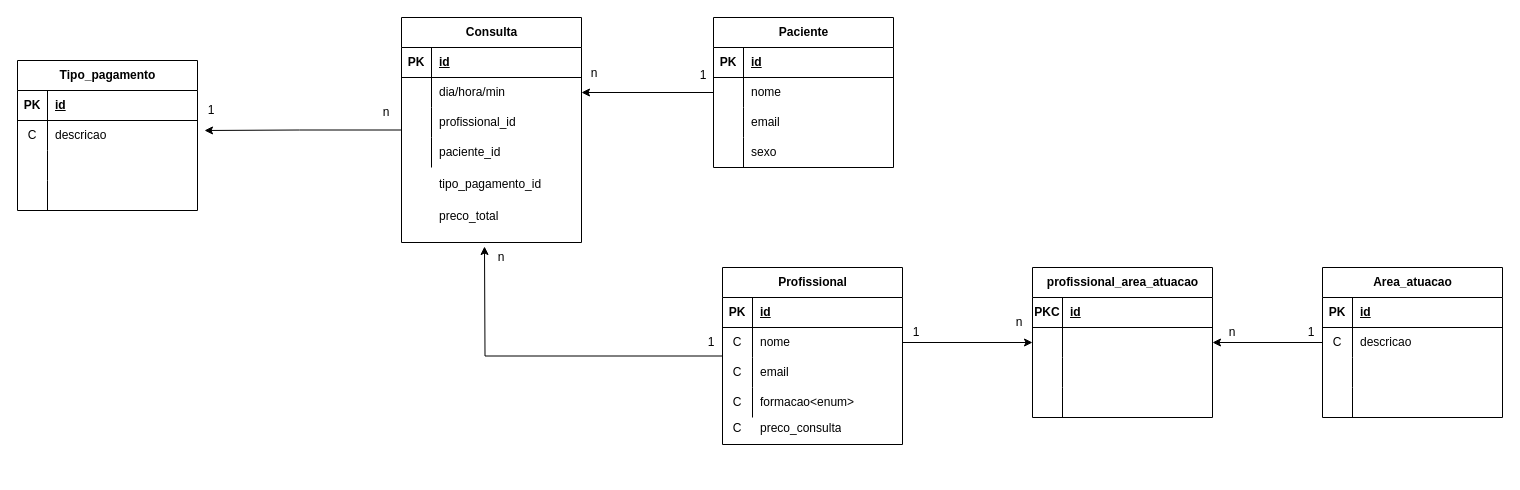
Earlier version of the draw.io diagram diagrams/DER.drawio (gabriel-andreoli/clinica_spring). Source tidied: cells renumbered, new cells numbered last; positions are measured from the earlier drawing's top-left corner, leaving out a move shared by most shapes. Both pictures are drawn from the tidied source at 100%, with x=0, y=0 at pixel (17, 17).
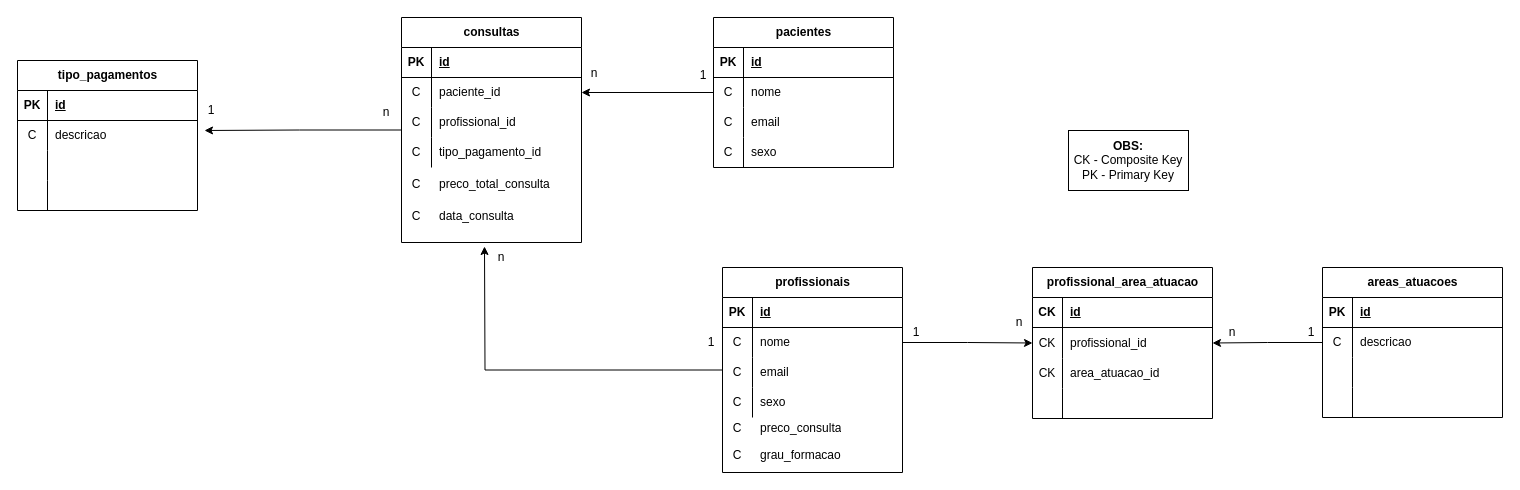
Above is the later version.

Commit message (it also covers changes not shown here):
Att DER

Unchanged cells that the change refers to:
```xml
<mxCell id="7" style="shape=tableRow;horizontal=0;startSize=0;swimlaneHead=0;swimlaneBody=0;fillColor=none;top=0;left=0;right=0;bottom=0;" parent="3" vertex="1">
  <mxGeometry y="60" width="180" height="30" as="geometry" />
</mxCell>
<mxCell id="10" style="shape=tableRow;horizontal=0;startSize=0;swimlaneHead=0;swimlaneBody=0;fillColor=none;top=0;left=0;right=0;bottom=0;" parent="3" vertex="1">
  <mxGeometry y="90" width="180" height="30" as="geometry" />
</mxCell>
<mxCell id="13" style="shape=tableRow;horizontal=0;startSize=0;swimlaneHead=0;swimlaneBody=0;fillColor=none;top=0;left=0;right=0;bottom=0;" parent="3" vertex="1">
  <mxGeometry y="120" width="180" height="30" as="geometry" />
</mxCell>
<mxCell id="27" style="shape=tableRow;horizontal=0;startSize=0;swimlaneHead=0;swimlaneBody=0;fillColor=none;top=0;left=0;right=0;bottom=0;" parent="17" vertex="1">
  <mxGeometry y="120" width="180" height="30" as="geometry" />
</mxCell>
<mxCell id="49" style="shape=tableRow;horizontal=0;startSize=0;swimlaneHead=0;swimlaneBody=0;fillColor=none;points=[[0,0.5],[1,0.5]];portConstraint=eastwest;top=0;left=0;right=0;bottom=0;" parent="45" vertex="1">
  <mxGeometry y="60" width="180" height="30" as="geometry" />
</mxCell>
<mxCell id="52" style="shape=tableRow;horizontal=0;startSize=0;swimlaneHead=0;swimlaneBody=0;fillColor=none;top=0;left=0;right=0;bottom=0;" parent="45" vertex="1">
  <mxGeometry y="90" width="180" height="30" as="geometry" />
</mxCell>
<mxCell id="55" style="shape=tableRow;horizontal=0;startSize=0;swimlaneHead=0;swimlaneBody=0;fillColor=none;top=0;left=0;right=0;bottom=0;" parent="45" vertex="1">
  <mxGeometry y="120" width="180" height="30" as="geometry" />
</mxCell>
<mxCell id="59" style="shape=tableRow;horizontal=0;startSize=0;swimlaneHead=0;swimlaneBody=0;fillColor=none;top=0;left=0;right=0;bottom=1;" parent="58" vertex="1">
  <mxGeometry y="30" width="180" height="30" as="geometry" />
</mxCell>
```

What changed in the source:
```diff
@@
-    <mxCell id="3" value="Paciente" style="shape=table;startSize=30;childLayout=tableLayout;rowLines=0;fontStyle=1;align=center;html=1;" parent="1" vertex="1">
+    <mxCell id="3" value="pacientes" style="shape=table;startSize=30;childLayout=tableLayout;rowLines=0;fontStyle=1;align=center;html=1;" parent="1" vertex="1">
       <mxGeometry x="696" width="180" height="150" as="geometry" />
     </mxCell>
@@
-    <mxCell id="8" style="shape=partialRectangle;fillColor=none;top=0;left=0;bottom=0;right=0;overflow=hidden;whiteSpace=wrap;html=1;" parent="7" vertex="1">
+    <mxCell id="8" value="C" style="shape=partialRectangle;fillColor=none;top=0;left=0;bottom=0;right=0;overflow=hidden;whiteSpace=wrap;html=1;" parent="7" vertex="1">
       <mxGeometry width="30" height="30" as="geometry" />
     </mxCell>
@@
-    <mxCell id="11" style="shape=partialRectangle;fillColor=none;top=0;left=0;bottom=0;right=0;overflow=hidden;whiteSpace=wrap;html=1;" parent="10" vertex="1">
+    <mxCell id="11" value="C" style="shape=partialRectangle;fillColor=none;top=0;left=0;bottom=0;right=0;overflow=hidden;whiteSpace=wrap;html=1;" parent="10" vertex="1">
       <mxGeometry width="30" height="30" as="geometry" />
     </mxCell>
@@
-    <mxCell id="14" style="shape=partialRectangle;fillColor=none;top=0;left=0;bottom=0;right=0;overflow=hidden;whiteSpace=wrap;html=1;" parent="13" vertex="1">
+    <mxCell id="14" value="C" style="shape=partialRectangle;fillColor=none;top=0;left=0;bottom=0;right=0;overflow=hidden;whiteSpace=wrap;html=1;" parent="13" vertex="1">
       <mxGeometry width="30" height="30" as="geometry" />
     </mxCell>
@@
-    <mxCell id="17" value="Profissional" style="shape=table;startSize=30;childLayout=tableLayout;rowLines=0;fontStyle=1;align=center;html=1;" parent="1" vertex="1">
-      <mxGeometry x="705" y="250" width="180" height="177" as="geometry" />
+    <mxCell id="17" value="profissionais" style="shape=table;startSize=30;childLayout=tableLayout;rowLines=0;fontStyle=1;align=center;html=1;" parent="1" vertex="1">
+      <mxGeometry x="705" y="250" width="180" height="205" as="geometry" />
     </mxCell>
@@
-    <mxCell id="29" value="formacao&amp;lt;enum&amp;gt;" style="shape=partialRectangle;fillColor=none;top=0;left=0;bottom=0;right=0;align=left;spacingLeft=6;overflow=hidden;whiteSpace=wrap;html=1;" parent="27" vertex="1">
+    <mxCell id="29" value="sexo" style="shape=partialRectangle;fillColor=none;top=0;left=0;bottom=0;right=0;align=left;spacingLeft=6;overflow=hidden;whiteSpace=wrap;html=1;" parent="27" vertex="1">
       <mxGeometry x="30" width="150" height="30" as="geometry" />
     </mxCell>
@@
-    <mxCell id="31" value="Area_atuacao" style="shape=table;startSize=30;childLayout=tableLayout;rowLines=0;fontStyle=1;align=center;html=1;" parent="1" vertex="1">
+    <mxCell id="31" value="areas_atuacoes" style="shape=table;startSize=30;childLayout=tableLayout;rowLines=0;fontStyle=1;align=center;html=1;" parent="1" vertex="1">
       <mxGeometry x="1305" y="250" width="180" height="150" as="geometry" />
     </mxCell>
@@
-    <mxCell id="45" value="Consulta" style="shape=table;startSize=30;childLayout=tableLayout;rowLines=0;fontStyle=1;align=center;html=1;" parent="1" vertex="1">
+    <mxCell id="45" value="consultas" style="shape=table;startSize=30;childLayout=tableLayout;rowLines=0;fontStyle=1;align=center;html=1;" parent="1" vertex="1">
       <mxGeometry x="384" width="180" height="225" as="geometry" />
     </mxCell>
@@
-    <mxCell id="50" style="shape=partialRectangle;fillColor=none;top=0;left=0;bottom=0;right=0;overflow=hidden;whiteSpace=wrap;html=1;" parent="49" vertex="1">
+    <mxCell id="50" value="C" style="shape=partialRectangle;fillColor=none;top=0;left=0;bottom=0;right=0;overflow=hidden;whiteSpace=wrap;html=1;" parent="49" vertex="1">
       <mxGeometry width="30" height="30" as="geometry" />
     </mxCell>
-    <mxCell id="51" value="dia/hora/min" style="shape=partialRectangle;fillColor=none;top=0;left=0;bottom=0;right=0;align=left;spacingLeft=6;overflow=hidden;whiteSpace=wrap;html=1;" parent="49" vertex="1">
+    <mxCell id="51" value="paciente_id" style="shape=partialRectangle;fillColor=none;top=0;left=0;bottom=0;right=0;align=left;spacingLeft=6;overflow=hidden;whiteSpace=wrap;html=1;" parent="49" vertex="1">
       <mxGeometry x="30" width="150" height="30" as="geometry" />
     </mxCell>
@@
-    <mxCell id="53" style="shape=partialRectangle;fillColor=none;top=0;left=0;bottom=0;right=0;overflow=hidden;whiteSpace=wrap;html=1;" parent="52" vertex="1">
+    <mxCell id="53" value="C" style="shape=partialRectangle;fillColor=none;top=0;left=0;bottom=0;right=0;overflow=hidden;whiteSpace=wrap;html=1;" parent="52" vertex="1">
       <mxGeometry width="30" height="30" as="geometry" />
     </mxCell>
@@
-    <mxCell id="56" style="shape=partialRectangle;fillColor=none;top=0;left=0;bottom=0;right=0;overflow=hidden;whiteSpace=wrap;html=1;" parent="55" vertex="1">
+    <mxCell id="56" value="C" style="shape=partialRectangle;fillColor=none;top=0;left=0;bottom=0;right=0;overflow=hidden;whiteSpace=wrap;html=1;" parent="55" vertex="1">
       <mxGeometry width="30" height="30" as="geometry" />
     </mxCell>
-    <mxCell id="57" value="paciente_id" style="shape=partialRectangle;fillColor=none;top=0;left=0;bottom=0;right=0;align=left;spacingLeft=6;overflow=hidden;whiteSpace=wrap;html=1;" parent="55" vertex="1">
+    <mxCell id="57" value="tipo_pagamento_id" style="shape=partialRectangle;fillColor=none;top=0;left=0;bottom=0;right=0;align=left;spacingLeft=6;overflow=hidden;whiteSpace=wrap;html=1;" parent="55" vertex="1">
       <mxGeometry x="30" width="150" height="30" as="geometry" />
     </mxCell>
     <mxCell id="58" value="profissional_area_atuacao" style="shape=table;startSize=30;childLayout=tableLayout;rowLines=0;fontStyle=1;align=center;html=1;" parent="1" vertex="1">
-      <mxGeometry x="1015" y="250" width="180" height="150" as="geometry" />
+      <mxGeometry x="1015" y="250" width="180" height="151" as="geometry" />
     </mxCell>
@@
-    <mxCell id="60" value="PKC" style="shape=partialRectangle;fillColor=none;top=0;left=0;bottom=0;right=0;fontStyle=1;overflow=hidden;whiteSpace=wrap;html=1;" parent="59" vertex="1">
+    <mxCell id="60" value="CK" style="shape=partialRectangle;fillColor=none;top=0;left=0;bottom=0;right=0;fontStyle=1;overflow=hidden;whiteSpace=wrap;html=1;" parent="59" vertex="1">
       <mxGeometry width="30" height="30" as="geometry" />
     </mxCell>
@@
     <mxCell id="62" style="shape=tableRow;horizontal=0;startSize=0;swimlaneHead=0;swimlaneBody=0;fillColor=none;points=[[0,0.5],[1,0.5]];portConstraint=eastwest;top=0;left=0;right=0;bottom=0;" parent="58" vertex="1">
-      <mxGeometry y="60" width="180" height="30" as="geometry" />
+      <mxGeometry y="60" width="180" height="31" as="geometry" />
     </mxCell>
-    <mxCell id="63" style="shape=partialRectangle;fillColor=none;top=0;left=0;bottom=0;right=0;overflow=hidden;whiteSpace=wrap;html=1;" parent="62" vertex="1">
-      <mxGeometry width="30" height="30" as="geometry" />
+    <mxCell id="63" value="CK" style="shape=partialRectangle;fillColor=none;top=0;left=0;bottom=0;right=0;overflow=hidden;whiteSpace=wrap;html=1;" parent="62" vertex="1">
+      <mxGeometry width="30" height="31" as="geometry" />
     </mxCell>
-    <mxCell id="64" style="shape=partialRectangle;fillColor=none;top=0;left=0;bottom=0;right=0;align=left;spacingLeft=6;overflow=hidden;whiteSpace=wrap;html=1;" parent="62" vertex="1">
-      <mxGeometry x="30" width="150" height="30" as="geometry" />
+    <mxCell id="64" value="profissional_id" style="shape=partialRectangle;fillColor=none;top=0;left=0;bottom=0;right=0;align=left;spacingLeft=6;overflow=hidden;whiteSpace=wrap;html=1;" parent="62" vertex="1">
+      <mxGeometry x="30" width="150" height="31" as="geometry" />
     </mxCell>
     <mxCell id="65" style="shape=tableRow;horizontal=0;startSize=0;swimlaneHead=0;swimlaneBody=0;fillColor=none;top=0;left=0;right=0;bottom=0;" parent="58" vertex="1">
-      <mxGeometry y="90" width="180" height="30" as="geometry" />
+      <mxGeometry y="91" width="180" height="30" as="geometry" />
     </mxCell>
-    <mxCell id="66" style="shape=partialRectangle;fillColor=none;top=0;left=0;bottom=0;right=0;overflow=hidden;whiteSpace=wrap;html=1;" parent="65" vertex="1">
+    <mxCell id="66" value="CK" style="shape=partialRectangle;fillColor=none;top=0;left=0;bottom=0;right=0;overflow=hidden;whiteSpace=wrap;html=1;" parent="65" vertex="1">
       <mxGeometry width="30" height="30" as="geometry" />
     </mxCell>
-    <mxCell id="67" style="shape=partialRectangle;fillColor=none;top=0;left=0;bottom=0;right=0;align=left;spacingLeft=6;overflow=hidden;whiteSpace=wrap;html=1;" parent="65" vertex="1">
+    <mxCell id="67" value="area_atuacao_id" style="shape=partialRectangle;fillColor=none;top=0;left=0;bottom=0;right=0;align=left;spacingLeft=6;overflow=hidden;whiteSpace=wrap;html=1;" parent="65" vertex="1">
       <mxGeometry x="30" width="150" height="30" as="geometry" />
     </mxCell>
     <mxCell id="68" style="shape=tableRow;horizontal=0;startSize=0;swimlaneHead=0;swimlaneBody=0;fillColor=none;top=0;left=0;right=0;bottom=0;" parent="58" vertex="1">
-      <mxGeometry y="120" width="180" height="30" as="geometry" />
+      <mxGeometry y="121" width="180" height="30" as="geometry" />
     </mxCell>
@@
-    <mxCell id="76" style="shape=partialRectangle;fillColor=none;top=0;left=0;bottom=0;right=0;overflow=hidden;whiteSpace=wrap;html=1;" parent="1" vertex="1">
+    <mxCell id="76" value="C" style="shape=partialRectangle;fillColor=none;top=0;left=0;bottom=0;right=0;overflow=hidden;whiteSpace=wrap;html=1;" parent="1" vertex="1">
       <mxGeometry x="384" y="152" width="30" height="30" as="geometry" />
     </mxCell>
-    <mxCell id="77" value="tipo_pagamento_id" style="shape=partialRectangle;fillColor=none;top=0;left=0;bottom=0;right=0;align=left;spacingLeft=6;overflow=hidden;whiteSpace=wrap;html=1;" parent="1" vertex="1">
+    <mxCell id="77" value="preco_total_consulta" style="shape=partialRectangle;fillColor=none;top=0;left=0;bottom=0;right=0;align=left;spacingLeft=6;overflow=hidden;whiteSpace=wrap;html=1;" parent="1" vertex="1">
       <mxGeometry x="414" y="152" width="150" height="30" as="geometry" />
     </mxCell>
-    <mxCell id="78" style="shape=partialRectangle;fillColor=none;top=0;left=0;bottom=0;right=0;overflow=hidden;whiteSpace=wrap;html=1;" parent="1" vertex="1">
+    <mxCell id="78" value="C" style="shape=partialRectangle;fillColor=none;top=0;left=0;bottom=0;right=0;overflow=hidden;whiteSpace=wrap;html=1;" parent="1" vertex="1">
       <mxGeometry x="384" y="184" width="30" height="30" as="geometry" />
     </mxCell>
-    <mxCell id="79" value="preco_total" style="shape=partialRectangle;fillColor=none;top=0;left=0;bottom=0;right=0;align=left;spacingLeft=6;overflow=hidden;whiteSpace=wrap;html=1;" parent="1" vertex="1">
+    <mxCell id="79" value="data_consulta" style="shape=partialRectangle;fillColor=none;top=0;left=0;bottom=0;right=0;align=left;spacingLeft=6;overflow=hidden;whiteSpace=wrap;html=1;" parent="1" vertex="1">
       <mxGeometry x="414" y="184" width="150" height="30" as="geometry" />
     </mxCell>
-    <mxCell id="80" value="Tipo_pagamento" style="shape=table;startSize=30;childLayout=tableLayout;rowLines=0;fontStyle=1;align=center;html=1;" parent="1" vertex="1">
+    <mxCell id="80" value="tipo_pagamentos" style="shape=table;startSize=30;childLayout=tableLayout;rowLines=0;fontStyle=1;align=center;html=1;" parent="1" vertex="1">
       <mxGeometry y="43" width="180" height="150" as="geometry" />
     </mxCell>
@@
+    <mxCell id="102" value="C" style="shape=partialRectangle;fillColor=none;top=0;left=0;bottom=0;right=0;overflow=hidden;whiteSpace=wrap;html=1;" parent="1" vertex="1">
+      <mxGeometry x="705" y="423" width="30" height="30" as="geometry" />
+    </mxCell>
+    <mxCell id="103" value="grau_formacao" style="shape=partialRectangle;fillColor=none;top=0;left=0;bottom=0;right=0;align=left;spacingLeft=6;overflow=hidden;whiteSpace=wrap;html=1;" parent="1" vertex="1">
+      <mxGeometry x="735" y="423" width="150" height="30" as="geometry" />
+    </mxCell>
+    <mxCell id="104" value="&lt;b&gt;OBS:&lt;/b&gt;&lt;br&gt;CK - Composite Key&lt;br&gt;PK - Primary Key" style="rounded=0;whiteSpace=wrap;html=1;" parent="1" vertex="1">
+      <mxGeometry x="1051" y="113" width="120" height="60" as="geometry" />
+    </mxCell>
```
